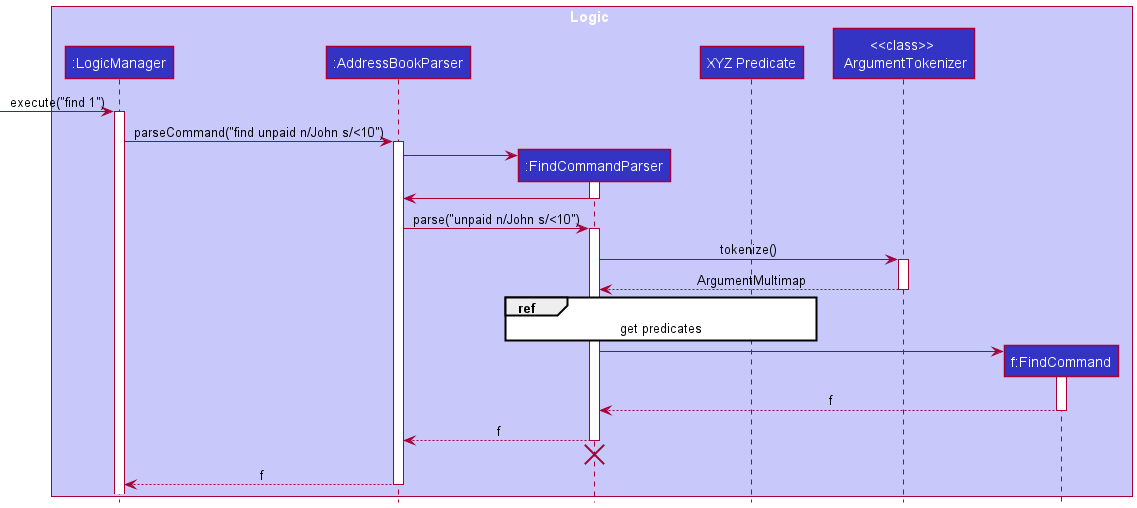
This is docs/images/FindSequenceDiagram.png from szelongq/tp, a PlantUML export, as it was before one commit. Its diagram source:
```plantuml
@startuml
!include style.puml

box Logic LOGIC_COLOR_T1
participant ":LogicManager" as LogicManager LOGIC_COLOR
participant ":AddressBookParser" as AddressBookParser LOGIC_COLOR
participant ":FindCommandParser" as FindCommandParser LOGIC_COLOR
participant "XYZ Predicate" as Predicate LOGIC_COLOR
participant "<<class>> \n ArgumentTokenizer" as ArgumentTokenizer LOGIC_COLOR
participant "f:FindCommand" as FindCommand LOGIC_COLOR
end box

[-> LogicManager : execute("find 1")
activate LogicManager

LogicManager -> AddressBookParser : parseCommand("find unpaid n/John s/<10")
activate AddressBookParser

create FindCommandParser
AddressBookParser -> FindCommandParser
activate FindCommandParser

FindCommandParser -> AddressBookParser
deactivate FindCommandParser

AddressBookParser -> FindCommandParser : parse("unpaid n/John s/<10")
activate FindCommandParser

FindCommandParser -> ArgumentTokenizer : tokenize()
activate ArgumentTokenizer

ArgumentTokenizer --> FindCommandParser : ArgumentMultimap
deactivate ArgumentTokenizer

ref over FindCommandParser, Predicate: get predicates

create FindCommand
FindCommandParser -> FindCommand
activate FindCommand


FindCommand --> FindCommandParser : f
deactivate FindCommand

FindCommandParser --> AddressBookParser : f
deactivate FindCommandParser


FindCommandParser -[hidden]-> AddressBookParser
destroy FindCommandParser

AddressBookParser --> LogicManager : f
deactivate AddressBookParser

@enduml
```
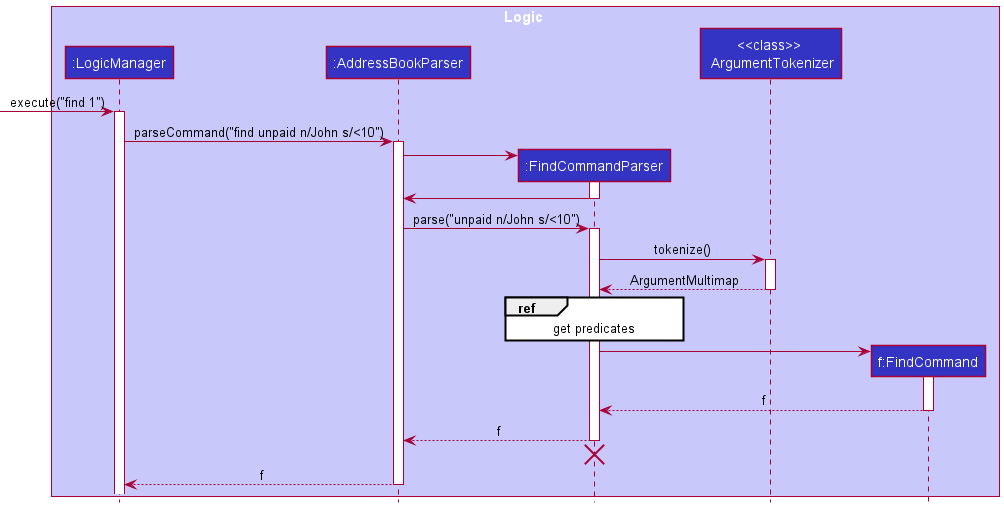
Above is the later version.

Commit message:
update find command in dev guide

What changed in the source:
```diff
@@ -5,7 +5,6 @@
 participant ":LogicManager" as LogicManager LOGIC_COLOR
 participant ":AddressBookParser" as AddressBookParser LOGIC_COLOR
 participant ":FindCommandParser" as FindCommandParser LOGIC_COLOR
-participant "XYZ Predicate" as Predicate LOGIC_COLOR
 participant "<<class>> \n ArgumentTokenizer" as ArgumentTokenizer LOGIC_COLOR
 participant "f:FindCommand" as FindCommand LOGIC_COLOR
 end box
@@ -32,7 +31,7 @@
 ArgumentTokenizer --> FindCommandParser : ArgumentMultimap
 deactivate ArgumentTokenizer
 
-ref over FindCommandParser, Predicate: get predicates
+ref over FindCommandParser: get predicates
 
 create FindCommand
 FindCommandParser -> FindCommand
```
